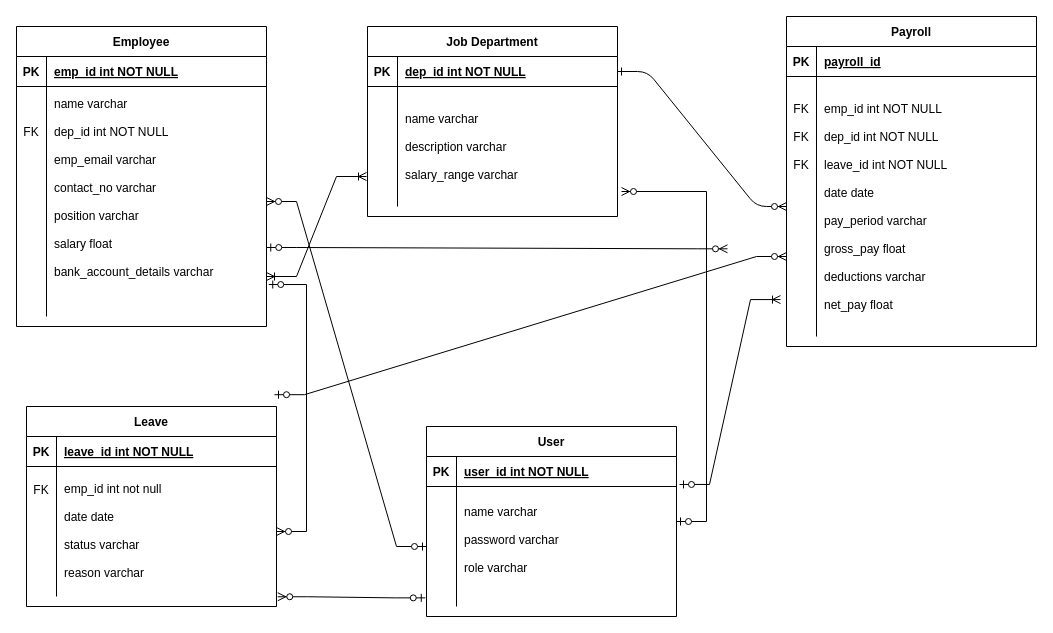
Above: Untitled Diagram.drawio in pateldeep99/Payroll-Management-System (draw.io), before the change. Source tidied: cells renumbered, new cells numbered last; positions are measured from the earlier drawing's top-left corner, leaving out a move shared by most shapes. Both pictures are drawn from the tidied source at 100%, with x=0, y=0 at pixel (16, 16).
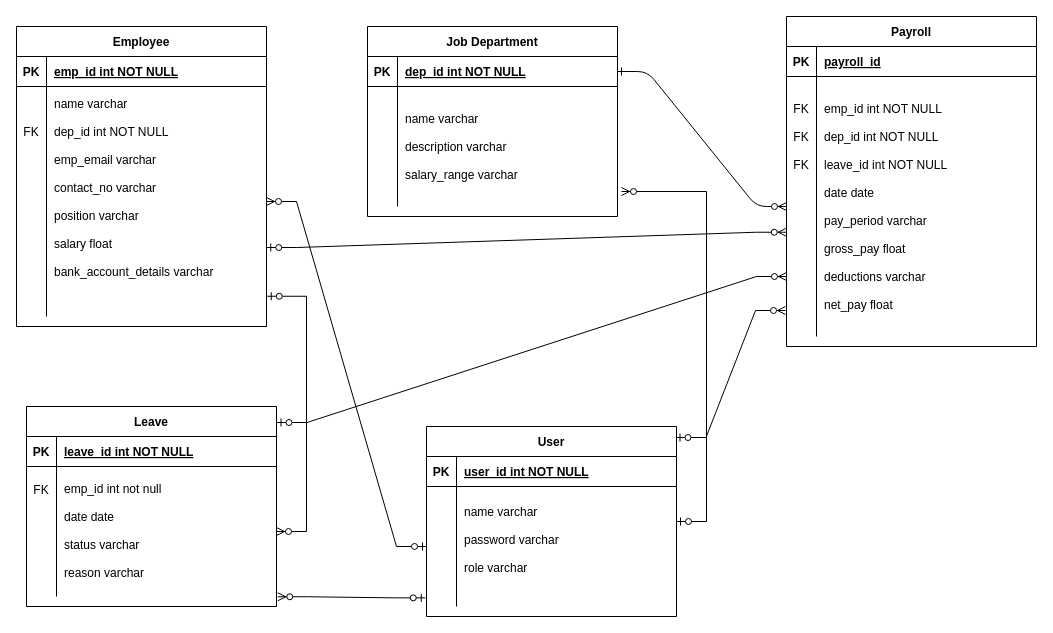
Above is the later version.

Unchanged cells that the change refers to:
```xml
<mxCell id="14" style="shape=partialRectangle;fillColor=none;points=[[0,0.5],[1,0.5]];portConstraint=eastwest;top=0;left=0;right=0;bottom=0;" parent="10" vertex="1">
  <mxGeometry y="60" width="250" height="260" as="geometry" />
</mxCell>
<mxCell id="21" style="shape=partialRectangle;fillColor=none;points=[[0,0.5],[1,0.5]];portConstraint=eastwest;top=0;left=0;right=0;bottom=0;" parent="17" vertex="1">
  <mxGeometry y="60" width="250" height="230" as="geometry" />
</mxCell>
<mxCell id="24" value="Leave" style="shape=table;startSize=30;childLayout=tableLayout;rowLines=0;fontStyle=1;align=center;" parent="1" vertex="1">
  <mxGeometry x="10" y="390" width="250" height="200" as="geometry" />
</mxCell>
<mxCell id="28" style="shape=partialRectangle;fillColor=none;points=[[0,0.5],[1,0.5]];portConstraint=eastwest;top=0;left=0;right=0;bottom=0;" parent="24" vertex="1">
  <mxGeometry y="60" width="250" height="130" as="geometry" />
</mxCell>
<mxCell id="34" value="User" style="shape=table;startSize=30;childLayout=tableLayout;rowLines=0;fontStyle=1;align=center;" parent="1" vertex="1">
  <mxGeometry x="410" y="410" width="250" height="190" as="geometry" />
</mxCell>
<mxCell id="38" style="shape=partialRectangle;fillColor=none;points=[[0,0.5],[1,0.5]];portConstraint=eastwest;top=0;left=0;right=0;bottom=0;" parent="34" vertex="1">
  <mxGeometry y="60" width="250" height="120" as="geometry" />
</mxCell>
```

The edit, as a diff of the source:
```diff
@@
-    <mxCell id="31" style="edgeStyle=entityRelationEdgeStyle;fontSize=12;html=1;endArrow=ERzeroToMany;startArrow=ERzeroToOne;rounded=0;exitX=1.009;exitY=0.861;exitDx=0;exitDy=0;exitPerimeter=0;" parent="1" edge="1" source="21" target="28">
+    <mxCell id="31" style="edgeStyle=entityRelationEdgeStyle;fontSize=12;html=1;endArrow=ERzeroToMany;startArrow=ERzeroToOne;rounded=0;exitX=1.003;exitY=0.912;exitDx=0;exitDy=0;exitPerimeter=0;" parent="1" edge="1" source="21" target="28">
       <mxGeometry relative="1" as="geometry">
         <Array as="points">
           <mxPoint x="189.5" y="815" />
           <mxPoint x="332.8" y="569" />
           <mxPoint x="360" y="500" />
         </Array>
       </mxGeometry>
     </mxCell>
-    <mxCell id="32" style="edgeStyle=entityRelationEdgeStyle;fontSize=12;html=1;endArrow=ERzeroToMany;startArrow=ERzeroToOne;rounded=0;exitX=1.001;exitY=0.7;exitDx=0;exitDy=0;exitPerimeter=0;entryX=-0.005;entryY=0.922;entryDx=0;entryDy=0;entryPerimeter=0;" parent="1" edge="1" source="21">
-      <mxGeometry relative="1" as="geometry">
-        <mxPoint x="711" y="232.3" as="targetPoint" />
-      </mxGeometry>
+    <mxCell id="32" style="edgeStyle=entityRelationEdgeStyle;fontSize=12;html=1;endArrow=ERzeroToMany;startArrow=ERzeroToOne;rounded=0;exitX=1.001;exitY=0.7;exitDx=0;exitDy=0;exitPerimeter=0;entryX=-0.001;entryY=0.599;entryDx=0;entryDy=0;entryPerimeter=0;" parent="1" edge="1" source="21" target="14">
+      <mxGeometry relative="1" as="geometry" />
     </mxCell>
-    <mxCell id="33" style="edgeStyle=entityRelationEdgeStyle;fontSize=12;html=1;endArrow=ERzeroToMany;startArrow=ERzeroToOne;rounded=0;exitX=1.012;exitY=0.171;exitDx=0;exitDy=0;exitPerimeter=0;entryX=0.008;entryY=0.796;entryDx=0;entryDy=0;entryPerimeter=0;" parent="1" edge="1">
+    <mxCell id="33" style="edgeStyle=entityRelationEdgeStyle;fontSize=12;html=1;endArrow=ERzeroToMany;startArrow=ERzeroToOne;rounded=0;exitX=1.002;exitY=0.08;exitDx=0;exitDy=0;exitPerimeter=0;entryX=0.008;entryY=0.796;entryDx=0;entryDy=0;entryPerimeter=0;" parent="1" edge="1" source="24">
       <mxGeometry relative="1" as="geometry">
-        <mxPoint x="258" y="378.2" as="sourcePoint" />
-        <mxPoint x="770" y="240" as="targetPoint" />
+        <mxPoint x="770" y="260" as="targetPoint" />
         <Array as="points">
-          <mxPoint x="215" y="313" />
-          <mxPoint x="225" y="378" />
-          <mxPoint x="235" y="333" />
+          <mxPoint x="215" y="333" />
+          <mxPoint x="225" y="398" />
+          <mxPoint x="235" y="353" />
         </Array>
       </mxGeometry>
     </mxCell>
@@
-    <mxCell id="41" style="edgeStyle=entityRelationEdgeStyle;fontSize=12;html=1;endArrow=ERoneToMany;startArrow=ERzeroToOne;rounded=0;entryX=-0.024;entryY=0.858;entryDx=0;entryDy=0;entryPerimeter=0;exitX=1.012;exitY=-0.017;exitDx=0;exitDy=0;exitPerimeter=0;" parent="1" edge="1" source="38" target="14">
-      <mxGeometry relative="1" as="geometry">
-        <Array as="points">
-          <mxPoint x="690" y="310" />
-        </Array>
-      </mxGeometry>
-    </mxCell>
@@
-    <mxCell id="45" style="edgeStyle=entityRelationEdgeStyle;fontSize=12;html=1;endArrow=ERoneToMany;startArrow=ERoneToMany;rounded=0;" parent="1" edge="1">
-      <mxGeometry relative="1" as="geometry">
-        <mxPoint x="250" y="260" as="sourcePoint" />
-        <mxPoint x="350" y="160" as="targetPoint" />
-      </mxGeometry>
-    </mxCell>
+    <mxCell id="46" style="edgeStyle=entityRelationEdgeStyle;fontSize=12;html=1;endArrow=ERzeroToMany;startArrow=ERzeroToOne;rounded=0;entryX=-0.004;entryY=0.9;entryDx=0;entryDy=0;entryPerimeter=0;exitX=0.998;exitY=0.058;exitDx=0;exitDy=0;exitPerimeter=0;" parent="1" edge="1" source="34" target="14">
+      <mxGeometry relative="1" as="geometry">
+        <Array as="points">
+          <mxPoint x="660" y="450" />
+        </Array>
+      </mxGeometry>
+    </mxCell>
```
